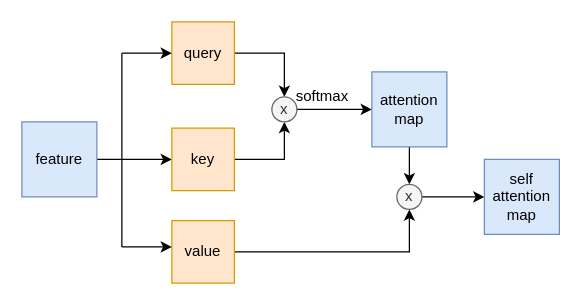
Above: sa.drawio in Hymhh/hymhh (draw.io), before the change. Source tidied: cells renumbered, new cells numbered last; positions are measured from the earlier drawing's top-left corner, leaving out a move shared by most shapes. Both pictures are drawn from the tidied source at 125%, with x=0, y=0 at pixel (21, 21).
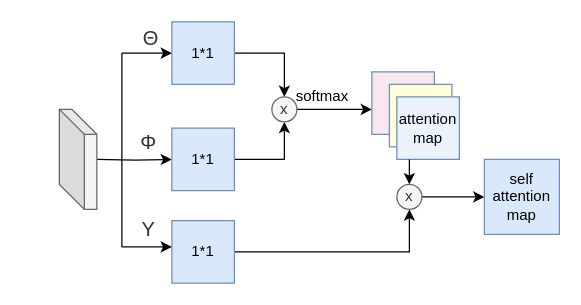
The same page after the edit.

Unchanged cells that the change refers to:
```xml
<mxCell id="18" value="x" style="ellipse;whiteSpace=wrap;html=1;fillColor=#f5f5f5;strokeColor=#666666;fontColor=#333333;" parent="1" vertex="1">
  <mxGeometry x="300" y="130" width="20" height="20" as="geometry" />
</mxCell>
```

What changed in the source:
```diff
@@
-    <mxCell id="2" style="edgeStyle=orthogonalEdgeStyle;rounded=0;jettySize=auto;html=1;exitX=1;exitY=0.5;exitDx=0;exitDy=0;entryX=0;entryY=0.5;entryDx=0;entryDy=0;" parent="1" edge="1" source="3" target="7">
-      <mxGeometry relative="1" as="geometry" />
+    <mxCell id="2" style="edgeStyle=orthogonalEdgeStyle;rounded=0;jettySize=auto;html=1;exitX=1;exitY=0.5;exitDx=0;exitDy=0;entryX=0;entryY=0.5;entryDx=0;entryDy=0;" parent="1" edge="1" target="7">
+      <mxGeometry relative="1" as="geometry">
+        <mxPoint x="60" y="110" as="sourcePoint" />
+      </mxGeometry>
     </mxCell>
-    <mxCell id="3" value="feature" style="whiteSpace=wrap;html=1;fillColor=#dae8fc;strokeColor=#6c8ebf;" parent="1" vertex="1">
-      <mxGeometry y="80" width="60" height="60" as="geometry" />
-    </mxCell>
@@
-    <mxCell id="5" value="query" style="whiteSpace=wrap;html=1;fillColor=#ffe6cc;strokeColor=#d79b00;" parent="1" vertex="1">
+    <mxCell id="5" value="1*1" style="whiteSpace=wrap;html=1;fillColor=#dae8fc;strokeColor=#6c8ebf;" parent="1" vertex="1">
       <mxGeometry x="120" width="50" height="50" as="geometry" />
     </mxCell>
@@
-    <mxCell id="7" value="key" style="whiteSpace=wrap;html=1;fillColor=#ffe6cc;strokeColor=#d79b00;" parent="1" vertex="1">
+    <mxCell id="7" value="1*1" style="whiteSpace=wrap;html=1;fillColor=#dae8fc;strokeColor=#6c8ebf;" parent="1" vertex="1">
       <mxGeometry x="120" y="85" width="50" height="50" as="geometry" />
     </mxCell>
@@
-    <mxCell id="9" value="value" style="whiteSpace=wrap;html=1;fillColor=#ffe6cc;strokeColor=#d79b00;" parent="1" vertex="1">
+    <mxCell id="9" value="1*1" style="whiteSpace=wrap;html=1;fillColor=#dae8fc;strokeColor=#6c8ebf;" parent="1" vertex="1">
       <mxGeometry x="120" y="159" width="50" height="50" as="geometry" />
     </mxCell>
@@
-    <mxCell id="15" style="edgeStyle=orthogonalEdgeStyle;rounded=0;jettySize=auto;html=1;exitX=0.5;exitY=1;exitDx=0;exitDy=0;entryX=0.5;entryY=0;entryDx=0;entryDy=0;" parent="1" edge="1" source="16" target="18">
-      <mxGeometry relative="1" as="geometry" />
-    </mxCell>
-    <mxCell id="16" value="attention&lt;br&gt;map" style="whiteSpace=wrap;html=1;fillColor=#dae8fc;strokeColor=#6c8ebf;" parent="1" vertex="1">
-      <mxGeometry x="280" y="40" width="60" height="60" as="geometry" />
+    <mxCell id="16" style="whiteSpace=wrap;html=1;fillColor=#F8E7EE;strokeColor=#6c8ebf;" parent="1" vertex="1">
+      <mxGeometry x="280" y="40" width="50" height="50" as="geometry" />
     </mxCell>
@@
+    <mxCell id="21" style="shape=cube;whiteSpace=wrap;html=1;boundedLbl=1;backgroundOutline=1;darkOpacity=0.05;darkOpacity2=0.1;strokeColor=#666666;fillColor=#f5f5f5;fontColor=#333333;" parent="1" vertex="1">
+      <mxGeometry x="30" y="70" width="30" height="80" as="geometry" />
+    </mxCell>
+    <mxCell id="22" style="whiteSpace=wrap;html=1;fillColor=#FEFFD9;strokeColor=#6c8ebf;" parent="1" vertex="1">
+      <mxGeometry x="294" y="50" width="50" height="50" as="geometry" />
+    </mxCell>
+    <mxCell id="23" value="attention&lt;br&gt;map" style="whiteSpace=wrap;html=1;fillColor=#EAF3FC;strokeColor=#6c8ebf;" parent="1" vertex="1">
+      <mxGeometry x="300" y="60" width="50" height="50" as="geometry" />
+    </mxCell>
+    <mxCell id="24" style="endArrow=classic;html=1;strokeColor=#000000;strokeWidth=1;entryX=0.5;entryY=0;entryDx=0;entryDy=0;" parent="1" edge="1" target="18">
+      <mxGeometry relative="1" as="geometry">
+        <mxPoint x="310" y="110" as="sourcePoint" />
+      </mxGeometry>
+    </mxCell>
+    <mxCell id="25" value="&lt;span style=&quot;color: rgb(51 , 51 , 51) ; font-family: &amp;#34;pingfang sc&amp;#34; , &amp;#34;lantinghei sc&amp;#34; , &amp;#34;microsoft yahei&amp;#34; , &amp;#34;arial&amp;#34; , , sans-serif , &amp;#34;tahoma&amp;#34; ; font-size: 16px ; background-color: rgb(255 , 255 , 255)&quot;&gt;Θ&lt;/span&gt;" style="text;html=1;align=center;verticalAlign=middle;fillColor=none;strokeColor=none;rounded=0;" parent="1" vertex="1">
+      <mxGeometry x="92" y="3" width="22" height="19" as="geometry" />
+    </mxCell>
+    <mxCell id="26" value="&lt;span style=&quot;color: rgb(51 , 51 , 51) ; font-family: &amp;#34;pingfang sc&amp;#34; , &amp;#34;lantinghei sc&amp;#34; , &amp;#34;microsoft yahei&amp;#34; , &amp;#34;arial&amp;#34; , , sans-serif , &amp;#34;tahoma&amp;#34; ; font-size: 16px ; background-color: rgb(255 , 255 , 255)&quot;&gt;Φ&lt;/span&gt;" style="text;html=1;align=center;verticalAlign=middle;fillColor=none;strokeColor=none;rounded=0;" parent="1" vertex="1">
+      <mxGeometry x="89" y="86" width="23" height="19" as="geometry" />
+    </mxCell>
+    <mxCell id="27" value="&lt;span style=&quot;color: rgb(51 , 51 , 51) ; font-family: &amp;#34;pingfang sc&amp;#34; , &amp;#34;lantinghei sc&amp;#34; , &amp;#34;microsoft yahei&amp;#34; , &amp;#34;arial&amp;#34; , , sans-serif , &amp;#34;tahoma&amp;#34; ; font-size: 16px ; background-color: rgb(255 , 255 , 255)&quot;&gt;Υ&lt;/span&gt;" style="text;html=1;align=center;verticalAlign=middle;fillColor=none;strokeColor=none;rounded=0;" parent="1" vertex="1">
+      <mxGeometry x="90" y="156" width="21" height="19" as="geometry" />
+    </mxCell>
```
